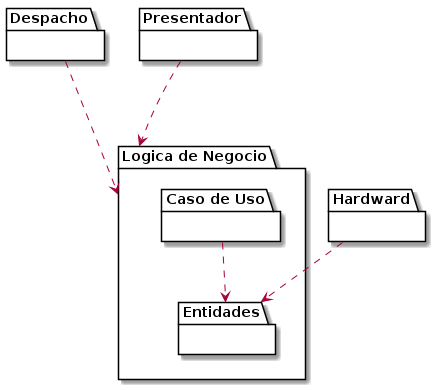
The PlantUML diagram diagramas/paquetes/paquetes_microservicio.png in diegosanchez/invap-modulo-uml, before a commit. Source of this version:
```plantuml
@startuml

!$Dispatch = "Despacho"
!$BussinesLogic  = "Logica de Negocio"
!$Presenter  = "Presentador"
!$Persistence  = "Hardward"
!$UseCases  = "Caso de Uso"
!$Entities  = "Entidades"

package "$Dispatch" {}

package "$BussinesLogic" {
        package "$UseCases" {}
        package "$Entities" {}

        "$UseCases" ..> "$Entities"
}

package "$Presenter" {}
package "$Persistence" {}

"$Dispatch" ...> "$BussinesLogic"
"$Presenter" ...> "$BussinesLogic"
"$Persistence" ..> "$Entities"

@enduml
```
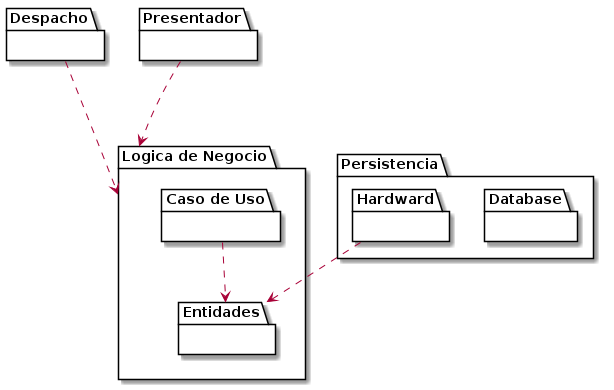
The same file after the commit.

Commit message:
[paquetes] Persistencia y despacho actualizado

Diff of the diagram source:
```diff
@@ -3,7 +3,9 @@
 !$Dispatch = "Despacho"
 !$BussinesLogic  = "Logica de Negocio"
 !$Presenter  = "Presentador"
-!$Persistence  = "Hardward"
+!$Persistence  = "Persistencia"
+!$Hardware = "Hardward"
+!$DB = "Database"
 !$UseCases  = "Caso de Uso"
 !$Entities  = "Entidades"
 
@@ -17,10 +19,13 @@
 }
 
 package "$Presenter" {}
-package "$Persistence" {}
+package "$Persistence" {
+        package "$DB" {}
+        package "$Hardware" {}
+}
 
 "$Dispatch" ...> "$BussinesLogic"
 "$Presenter" ...> "$BussinesLogic"
-"$Persistence" ..> "$Entities"
+"$Hardware" ..> "$Entities"
 
 @enduml
```
